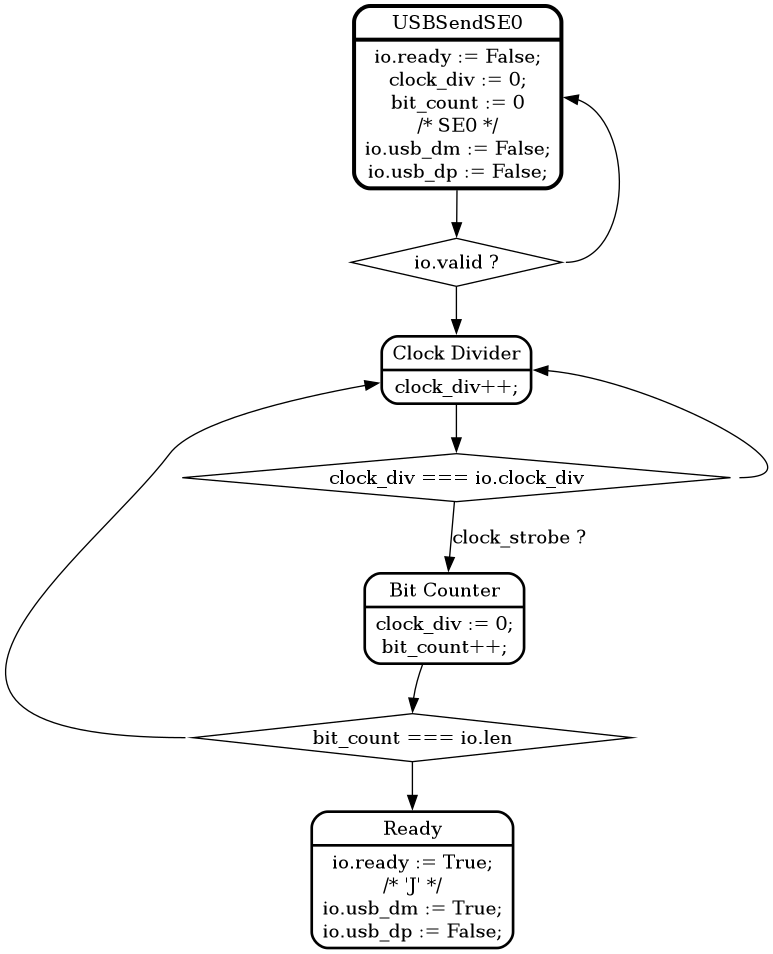
pointcheck/KarnixSOC keeps this Graphviz diagram as doc/graphs/USB10/USBSendSE0.png. Above is the earlier version. Its source is kept beside it as doc/graphs/USB10/USBSendSE0.dot. Source of this version:
```dot
digraph USBSendSE0 {


	rankdir=TB; // Layout from top to bottom
	node [shape=Mrecord]; // Shape of the nodes



	Init [penwidth=3, label = "{USBSendSE0|io.ready := False;\nclock_div := 0;\nbit_count := 0\n/* SE0 */\nio.usb_dm := False;\nio.usb_dp := False;}"];
	Init -> Valid_box; Valid_box [shape = diamond, label = "io.valid ?"];
	Valid_box -> ClockDiv; ClockDiv [penwidth=2, label = "{Clock Divider|clock_div++;}"];
	Valid_box:e -> Init:e;
	ClockDiv -> Strobe_box; Strobe_box [shape = diamond, label = "clock_div === io.clock_div"];
	Strobe_box -> BitCounter[label = "clock_strobe ?"]; BitCounter [penwidth=2, label = "{Bit Counter|clock_div := 0;\nbit_count++;}"];
	Strobe_box:e -> ClockDiv:e;
	BitCounter -> BitCounterTop_box:n; BitCounterTop_box[shape = diamond, label = "bit_count === io.len"];
	BitCounterTop_box -> Ready; Ready[penwidth=2, shape = Mrecord, label = "{Ready|io.ready := True;\n/* 'J' */\nio.usb_dm := True;\nio.usb_dp := False;}"];
	BitCounterTop_box:w -> ClockDiv;

}
```
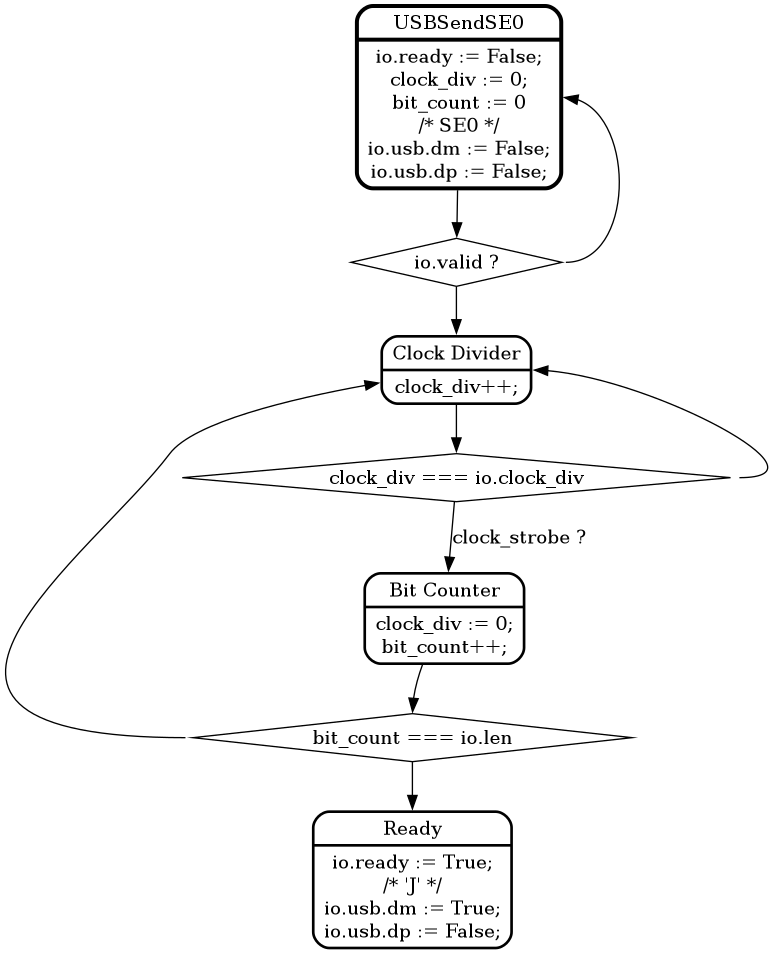
After the change.

The edit, as a diff of the source:
```diff
@@ -6,7 +6,7 @@
 
 
 
-	Init [penwidth=3, label = "{USBSendSE0|io.ready := False;\nclock_div := 0;\nbit_count := 0\n/* SE0 */\nio.usb_dm := False;\nio.usb_dp := False;}"];
+	Init [penwidth=3, label = "{USBSendSE0|io.ready := False;\nclock_div := 0;\nbit_count := 0\n/* SE0 */\nio.usb.dm := False;\nio.usb.dp := False;}"];
 	Init -> Valid_box; Valid_box [shape = diamond, label = "io.valid ?"];
 	Valid_box -> ClockDiv; ClockDiv [penwidth=2, label = "{Clock Divider|clock_div++;}"];
 	Valid_box:e -> Init:e;
@@ -14,7 +14,7 @@
 	Strobe_box -> BitCounter[label = "clock_strobe ?"]; BitCounter [penwidth=2, label = "{Bit Counter|clock_div := 0;\nbit_count++;}"];
 	Strobe_box:e -> ClockDiv:e;
 	BitCounter -> BitCounterTop_box:n; BitCounterTop_box[shape = diamond, label = "bit_count === io.len"];
-	BitCounterTop_box -> Ready; Ready[penwidth=2, shape = Mrecord, label = "{Ready|io.ready := True;\n/* 'J' */\nio.usb_dm := True;\nio.usb_dp := False;}"];
+	BitCounterTop_box -> Ready; Ready[penwidth=2, shape = Mrecord, label = "{Ready|io.ready := True;\n/* 'J' */\nio.usb.dm := True;\nio.usb.dp := False;}"];
 	BitCounterTop_box:w -> ClockDiv;
 
 }
```
